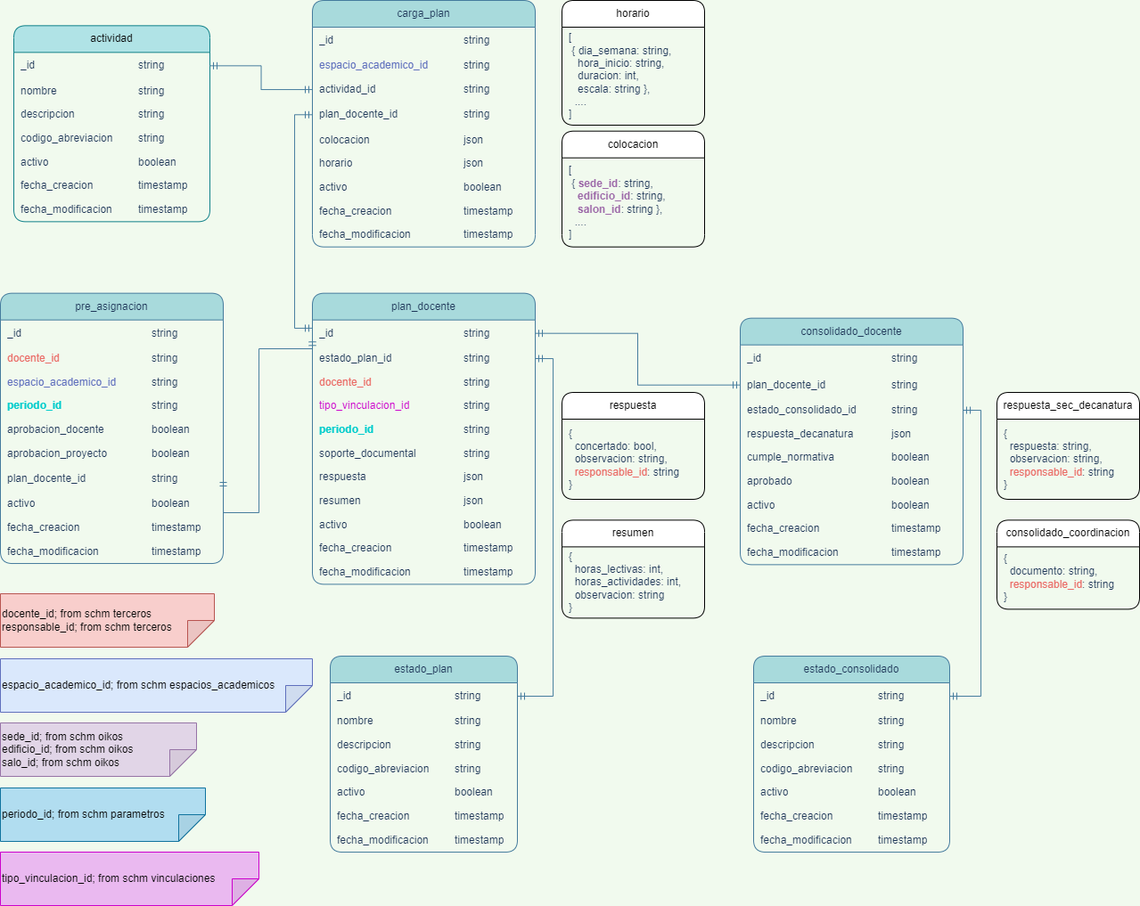
udistrital/plan_trabajo_docente keeps this draw.io diagram as database/plan_trabajo_docente_crud.png. Above is the earlier version. Source tidied: cells renumbered, new cells last; positions are measured from the earlier drawing's top-left corner, leaving out a move shared by most shapes.
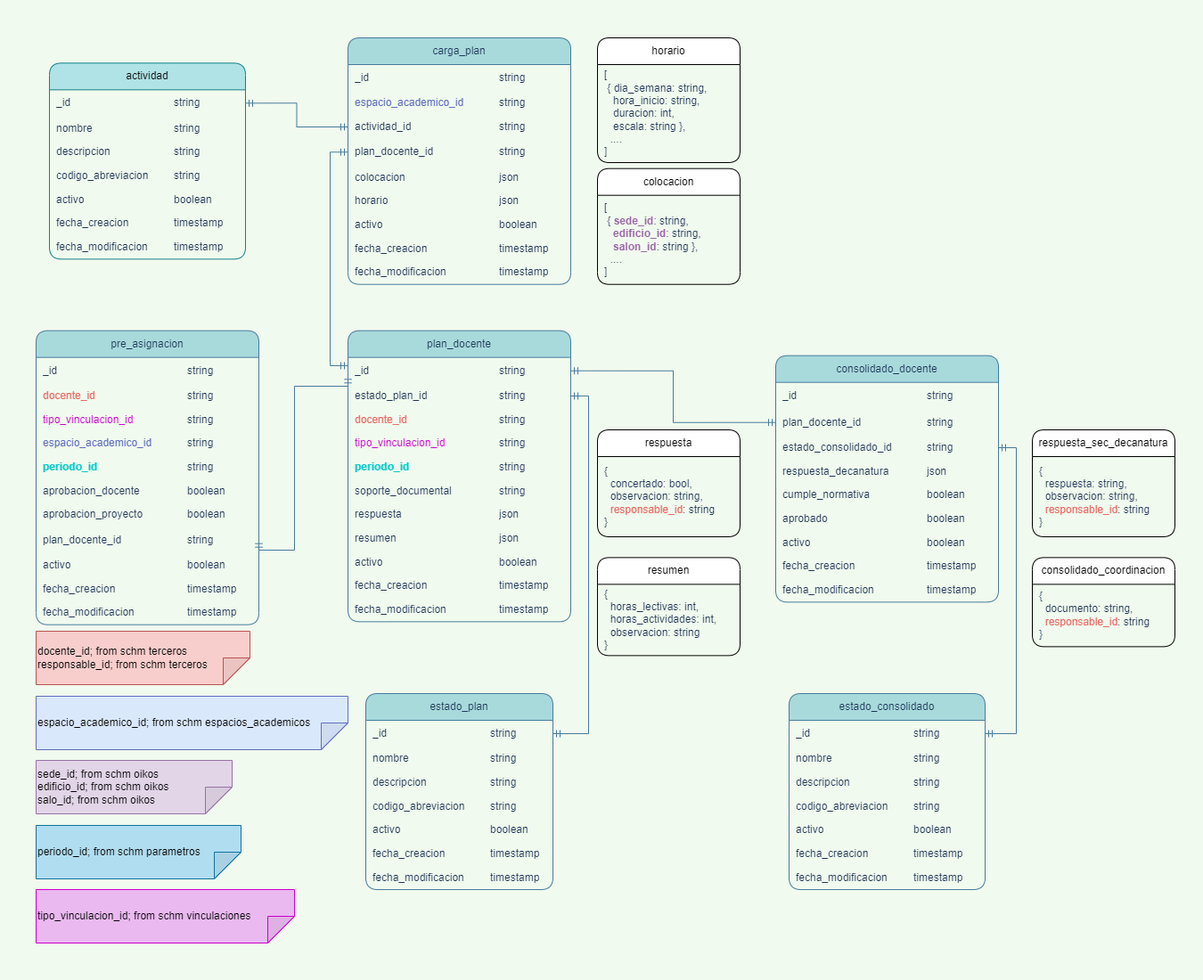
The same file after the commit.

Commit message:
feat: cambio del modelo. udistrital/sga_cliente#1277

Change to the diagram source:
```diff
@@ -330,7 +330,7 @@
       <mxGeometry width="160" height="100" as="geometry" />
     </mxCell>
     <mxCell id="111" value="pre_asignacion" style="swimlane;fontStyle=0;horizontal=1;startSize=30;whiteSpace=wrap;html=1;rounded=1;labelBackgroundColor=none;fillColor=#A8DADC;strokeColor=#457B9D;fontColor=#1D3557;" parent="1" vertex="1">
-      <mxGeometry y="328.7" width="250" height="303.4" as="geometry" />
+      <mxGeometry y="328.7" width="250" height="330" as="geometry" />
     </mxCell>
     <mxCell id="112" style="group;glass=0;verticalAlign=middle;strokeColor=none;startSize=0;labelBackgroundColor=none;fontColor=#1D3557;" parent="111" vertex="1">
       <mxGeometry y="30" width="250" height="30" as="geometry" />
@@ -350,8 +350,17 @@
     <mxCell id="117" value="string" style="text;strokeColor=none;fillColor=none;align=left;verticalAlign=middle;spacingLeft=6;spacingRight=4;overflow=hidden;whiteSpace=wrap;html=1;labelBackgroundColor=none;fontColor=#1D3557;" parent="115" vertex="1">
       <mxGeometry x="162" width="88" height="26.7" as="geometry" />
     </mxCell>
+    <mxCell id="218" style="group;glass=0;verticalAlign=middle;strokeColor=none;startSize=0;labelBackgroundColor=none;fontColor=#1D3557;" parent="111" vertex="1">
+      <mxGeometry y="86.7" width="250" height="26.7" as="geometry" />
+    </mxCell>
+    <mxCell id="219" value="tipo_vinculacion_id" style="text;strokeColor=none;fillColor=none;align=left;verticalAlign=middle;spacingLeft=6;spacingRight=4;overflow=hidden;whiteSpace=wrap;html=1;labelBackgroundColor=none;fontColor=#CC00CC;" parent="218" vertex="1">
+      <mxGeometry width="160" height="26.7" as="geometry" />
+    </mxCell>
+    <mxCell id="220" value="string" style="text;strokeColor=none;fillColor=none;align=left;verticalAlign=middle;spacingLeft=6;spacingRight=4;overflow=hidden;whiteSpace=wrap;html=1;labelBackgroundColor=none;fontColor=#1D3557;" parent="218" vertex="1">
+      <mxGeometry x="162" width="88" height="26.7" as="geometry" />
+    </mxCell>
     <mxCell id="118" style="group;glass=0;verticalAlign=middle;strokeColor=none;startSize=0;labelBackgroundColor=none;fontColor=#1D3557;" parent="111" vertex="1">
-      <mxGeometry y="86.7" width="250" height="26.7" as="geometry" />
+      <mxGeometry y="113.3" width="250" height="26.7" as="geometry" />
     </mxCell>
     <mxCell id="119" value="espacio_academico_id" style="text;strokeColor=none;fillColor=none;align=left;verticalAlign=middle;spacingLeft=6;spacingRight=4;overflow=hidden;whiteSpace=wrap;html=1;labelBackgroundColor=none;fontColor=#5F6FBD;fontStyle=0;" parent="118" vertex="1">
       <mxGeometry width="160" height="26.7" as="geometry" />
@@ -360,7 +369,7 @@
       <mxGeometry x="162" width="88" height="26.7" as="geometry" />
     </mxCell>
     <mxCell id="121" style="group;glass=0;verticalAlign=middle;strokeColor=none;startSize=0;labelBackgroundColor=none;fontColor=#1D3557;" parent="111" vertex="1">
-      <mxGeometry y="113.3" width="250" height="26.7" as="geometry" />
+      <mxGeometry y="140" width="250" height="26.7" as="geometry" />
     </mxCell>
     <mxCell id="122" value="periodo_id" style="text;strokeColor=none;fillColor=none;align=left;verticalAlign=middle;spacingLeft=6;spacingRight=4;overflow=hidden;whiteSpace=wrap;html=1;labelBackgroundColor=none;fontColor=#00CCCC;fontStyle=1;" parent="121" vertex="1">
       <mxGeometry width="160" height="26.7" as="geometry" />
@@ -369,7 +378,7 @@
       <mxGeometry x="162" width="88" height="26.7" as="geometry" />
     </mxCell>
     <mxCell id="124" style="group;glass=0;verticalAlign=middle;strokeColor=none;startSize=0;labelBackgroundColor=none;fontColor=#1D3557;" parent="111" vertex="1">
-      <mxGeometry y="140" width="250" height="26.7" as="geometry" />
+      <mxGeometry y="166.7" width="250" height="26.7" as="geometry" />
     </mxCell>
     <mxCell id="125" value="aprobacion_docente" style="text;strokeColor=none;fillColor=none;align=left;verticalAlign=middle;spacingLeft=6;spacingRight=4;overflow=hidden;whiteSpace=wrap;html=1;labelBackgroundColor=none;fontColor=#1D3557;" parent="124" vertex="1">
       <mxGeometry width="160" height="26.7" as="geometry" />
@@ -378,7 +387,7 @@
       <mxGeometry x="162" width="88" height="26.7" as="geometry" />
     </mxCell>
     <mxCell id="127" style="group;glass=0;verticalAlign=middle;strokeColor=none;startSize=0;labelBackgroundColor=none;fontColor=#1D3557;" parent="111" vertex="1">
-      <mxGeometry y="166.7" width="250" height="26.7" as="geometry" />
+      <mxGeometry y="193.4" width="250" height="26.7" as="geometry" />
     </mxCell>
     <mxCell id="128" value="aprobacion_proyecto" style="text;strokeColor=none;fillColor=none;align=left;verticalAlign=middle;spacingLeft=6;spacingRight=4;overflow=hidden;whiteSpace=wrap;html=1;labelBackgroundColor=none;fontColor=#1D3557;" parent="127" vertex="1">
       <mxGeometry width="160" height="26.7" as="geometry" />
@@ -387,7 +396,7 @@
       <mxGeometry x="162" width="88" height="26.7" as="geometry" />
     </mxCell>
     <mxCell id="130" style="group;glass=0;verticalAlign=middle;strokeColor=none;startSize=0;labelBackgroundColor=none;fontColor=#1D3557;" parent="111" vertex="1">
-      <mxGeometry y="193.4" width="250" height="30" as="geometry" />
+      <mxGeometry y="220" width="250" height="30" as="geometry" />
     </mxCell>
     <mxCell id="131" value="plan_docente_id" style="text;strokeColor=none;fillColor=none;align=left;verticalAlign=middle;spacingLeft=6;spacingRight=4;overflow=hidden;whiteSpace=wrap;html=1;labelBackgroundColor=none;fontColor=#1D3557;" parent="130" vertex="1">
       <mxGeometry width="160" height="30" as="geometry" />
@@ -396,7 +405,7 @@
       <mxGeometry x="162" width="88" height="30" as="geometry" />
     </mxCell>
     <mxCell id="133" style="group;glass=0;verticalAlign=middle;strokeColor=none;startSize=0;labelBackgroundColor=none;fontColor=#1D3557;" parent="111" vertex="1">
-      <mxGeometry y="223.4" width="250" height="26.7" as="geometry" />
+      <mxGeometry y="250" width="250" height="26.7" as="geometry" />
     </mxCell>
     <mxCell id="134" value="activo" style="text;strokeColor=none;fillColor=none;align=left;verticalAlign=middle;spacingLeft=6;spacingRight=4;overflow=hidden;whiteSpace=wrap;html=1;labelBackgroundColor=none;fontColor=#1D3557;" parent="133" vertex="1">
       <mxGeometry width="160" height="26.7" as="geometry" />
@@ -405,7 +414,7 @@
       <mxGeometry x="162" width="88" height="26.7" as="geometry" />
     </mxCell>
     <mxCell id="136" style="group;glass=0;verticalAlign=middle;strokeColor=none;startSize=0;labelBackgroundColor=none;fontColor=#1D3557;" parent="111" vertex="1">
-      <mxGeometry y="250" width="250" height="26.7" as="geometry" />
+      <mxGeometry y="276.7" width="250" height="26.7" as="geometry" />
     </mxCell>
     <mxCell id="137" value="fecha_creacion" style="text;strokeColor=none;fillColor=none;align=left;verticalAlign=middle;spacingLeft=6;spacingRight=4;overflow=hidden;whiteSpace=wrap;html=1;labelBackgroundColor=none;fontColor=#1D3557;" parent="136" vertex="1">
       <mxGeometry width="160" height="26.7" as="geometry" />
@@ -414,7 +423,7 @@
       <mxGeometry x="162" width="88" height="26.7" as="geometry" />
     </mxCell>
     <mxCell id="139" style="group;glass=0;verticalAlign=middle;strokeColor=none;startSize=0;labelBackgroundColor=none;fontColor=#1D3557;" parent="111" vertex="1">
-      <mxGeometry y="276.7" width="250" height="26.7" as="geometry" />
+      <mxGeometry y="303.4" width="250" height="26.7" as="geometry" />
     </mxCell>
     <mxCell id="140" value="fecha_modificacion" style="text;strokeColor=none;fillColor=none;align=left;verticalAlign=middle;spacingLeft=6;spacingRight=4;overflow=hidden;whiteSpace=wrap;html=1;labelBackgroundColor=none;fontColor=#1D3557;" parent="139" vertex="1">
       <mxGeometry width="160" height="26.7" as="geometry" />
```
